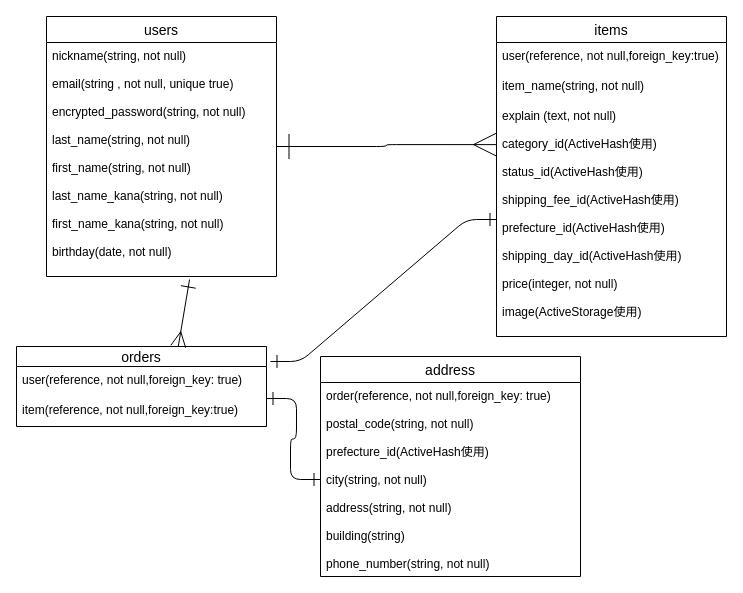
This is furima.dio from honeygoct/furima-34732, a draw.io file, before an edit. Source tidied: cells renumbered, new cells numbered last; positions are measured from the earlier drawing's top-left corner, leaving out a move shared by most shapes. Both pictures are drawn from the tidied source at 100%, with x=0, y=0 at pixel (16, 16).
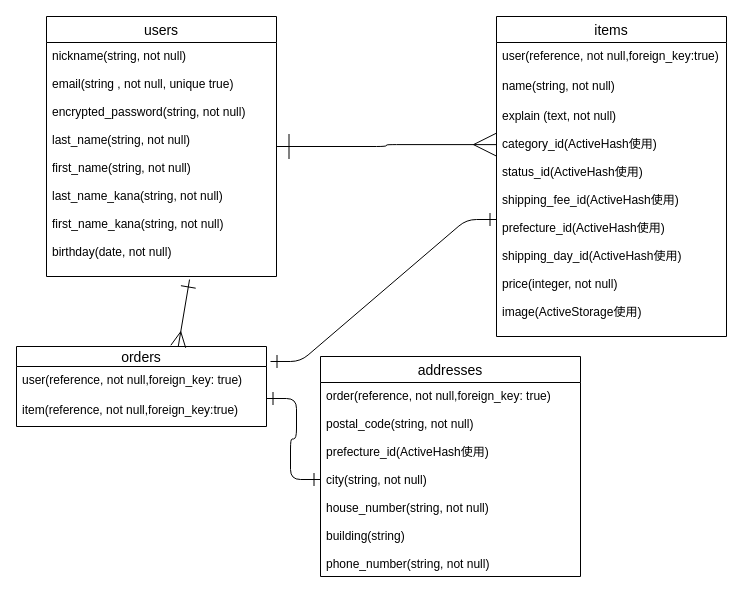
After the change.

Commit message (it also covers changes not shown here):
データベース修正6

The edit, as a diff of the source:
```diff
@@
 <mxGraphModel>
   <root>
     <mxCell id="0" />
     <mxCell id="1" parent="0" />
     <mxCell id="2" value="users" style="swimlane;fontStyle=0;horizontal=1;startSize=26;align=center;fontSize=14;" parent="1" vertex="1">
       <mxGeometry x="30" width="230" height="260" as="geometry" />
     </mxCell>
     <mxCell id="3" value="nickname(string, not null)&#10;&#10;email(string , not null, unique true)&#10;&#10;encrypted_password(string, not null)&#10;&#10;last_name(string, not null)&#10;&#10;first_name(string, not null)&#10;&#10;last_name_kana(string, not null)&#10;&#10;first_name_kana(string, not null)&#10;&#10;birthday(date, not null)" style="text;strokeColor=none;fillColor=none;spacingLeft=4;spacingRight=4;overflow=hidden;points=[[0,0.5],[1,0.5]];portConstraint=eastwest;fontSize=12;" parent="2" vertex="1">
       <mxGeometry y="26" width="230" height="234" as="geometry" />
     </mxCell>
     <mxCell id="4" value="items" style="swimlane;fontStyle=0;horizontal=1;startSize=26;align=center;fontSize=14;" parent="1" vertex="1">
       <mxGeometry x="480" width="230" height="320" as="geometry" />
     </mxCell>
     <mxCell id="5" value="user(reference, not null,foreign_key:true)&#10;" style="text;strokeColor=none;fillColor=none;spacingLeft=4;spacingRight=4;overflow=hidden;fontSize=12;" parent="4" vertex="1">
       <mxGeometry y="26" width="230" height="30" as="geometry" />
     </mxCell>
-    <mxCell id="6" value="item_name(string, not null)&#10;" style="text;strokeColor=none;fillColor=none;spacingLeft=4;spacingRight=4;overflow=hidden;fontSize=12;" parent="4" vertex="1">
+    <mxCell id="6" value="name(string, not null)&#10;" style="text;strokeColor=none;fillColor=none;spacingLeft=4;spacingRight=4;overflow=hidden;fontSize=12;" parent="4" vertex="1">
       <mxGeometry y="56" width="230" height="30" as="geometry" />
     </mxCell>
     <mxCell id="7" value="explain (text, not null)&#10;&#10;category_id(ActiveHash使用)&#10;&#10;status_id(ActiveHash使用)&#10;&#10;shipping_fee_id(ActiveHash使用)&#10;&#10;prefecture_id(ActiveHash使用)&#10;&#10;shipping_day_id(ActiveHash使用)&#10;&#10;price(integer, not null)&#10;&#10;image(ActiveStorage使用)" style="text;strokeColor=none;fillColor=none;spacingLeft=4;spacingRight=4;overflow=hidden;points=[[0,0.5],[1,0.5]];portConstraint=eastwest;fontSize=12;" parent="4" vertex="1">
       <mxGeometry y="86" width="230" height="234" as="geometry" />
     </mxCell>
     <mxCell id="8" value="orders" style="swimlane;fontStyle=0;horizontal=1;startSize=20;align=center;fontSize=14;" parent="1" vertex="1">
       <mxGeometry y="330" width="250" height="80" as="geometry" />
     </mxCell>
     <mxCell id="9" value="user(reference, not null,foreign_key: true)" style="text;strokeColor=none;fillColor=none;spacingLeft=4;spacingRight=4;overflow=hidden;points=[[0,0.5],[1,0.5]];portConstraint=eastwest;fontSize=12;" parent="8" vertex="1">
       <mxGeometry y="20" width="250" height="30" as="geometry" />
     </mxCell>
     <mxCell id="10" value="item(reference, not null,foreign_key:true)" style="text;strokeColor=none;fillColor=none;spacingLeft=4;spacingRight=4;overflow=hidden;fontSize=12;" parent="8" vertex="1">
       <mxGeometry y="50" width="250" height="30" as="geometry" />
     </mxCell>
     <mxCell id="11" style="edgeStyle=orthogonalEdgeStyle;fontSize=12;html=1;endArrow=ERmany;startArrow=ERone;exitX=1;exitY=0.5;exitDx=0;exitDy=0;endFill=0;strokeWidth=1;endSize=21;startFill=0;startSize=23;entryX=0;entryY=0.18;entryDx=0;entryDy=0;entryPerimeter=0;" parent="1" edge="1" source="2" target="7">
       <mxGeometry relative="1" as="geometry" />
     </mxCell>
-    <mxCell id="12" value="address" style="swimlane;fontStyle=0;horizontal=1;startSize=26;align=center;fontSize=14;" parent="1" vertex="1">
+    <mxCell id="12" value="addresses" style="swimlane;fontStyle=0;horizontal=1;startSize=26;align=center;fontSize=14;" parent="1" vertex="1">
       <mxGeometry x="304" y="340" width="260" height="220" as="geometry" />
     </mxCell>
-    <mxCell id="13" value="order(reference, not null,foreign_key: true)&#10;&#10;postal_code(string, not null)&#10;&#10;prefecture_id(ActiveHash使用)&#10;&#10;city(string, not null)&#10;&#10;address(string, not null)&#10;&#10;building(string)&#10;&#10;phone_number(string, not null)" style="text;strokeColor=none;fillColor=none;spacingLeft=4;spacingRight=4;overflow=hidden;points=[[0,0.5],[1,0.5]];portConstraint=eastwest;fontSize=12;" parent="12" vertex="1">
+    <mxCell id="13" value="order(reference, not null,foreign_key: true)&#10;&#10;postal_code(string, not null)&#10;&#10;prefecture_id(ActiveHash使用)&#10;&#10;city(string, not null)&#10;&#10;house_number(string, not null)&#10;&#10;building(string)&#10;&#10;phone_number(string, not null)" style="text;strokeColor=none;fillColor=none;spacingLeft=4;spacingRight=4;overflow=hidden;points=[[0,0.5],[1,0.5]];portConstraint=eastwest;fontSize=12;" parent="12" vertex="1">
       <mxGeometry y="26" width="260" height="194" as="geometry" />
     </mxCell>
     <mxCell id="14" style="fontSize=12;html=1;endArrow=ERmany;exitX=0.622;exitY=1.013;exitDx=0;exitDy=0;exitPerimeter=0;endFill=0;endSize=13;startArrow=ERone;startFill=0;startSize=13;entryX=0.647;entryY=0;entryDx=0;entryDy=0;entryPerimeter=0;" parent="1" edge="1" source="3" target="8">
       <mxGeometry relative="1" as="geometry" />
     </mxCell>
     <mxCell id="15" style="edgeStyle=entityRelationEdgeStyle;fontSize=12;html=1;endArrow=ERone;endFill=0;exitX=1.016;exitY=-0.167;exitDx=0;exitDy=0;exitPerimeter=0;startArrow=ERone;startFill=0;endSize=11;startSize=11;" parent="1" edge="1" source="9" target="7">
       <mxGeometry relative="1" as="geometry" />
     </mxCell>
     <mxCell id="16" style="edgeStyle=entityRelationEdgeStyle;fontSize=12;html=1;endArrow=ERone;endFill=0;startArrow=ERone;startFill=0;endSize=11;startSize=11;" parent="1" edge="1" target="13">
       <mxGeometry relative="1" as="geometry">
         <mxPoint x="250" y="382" as="sourcePoint" />
       </mxGeometry>
     </mxCell>
   </root>
 </mxGraphModel>
```
